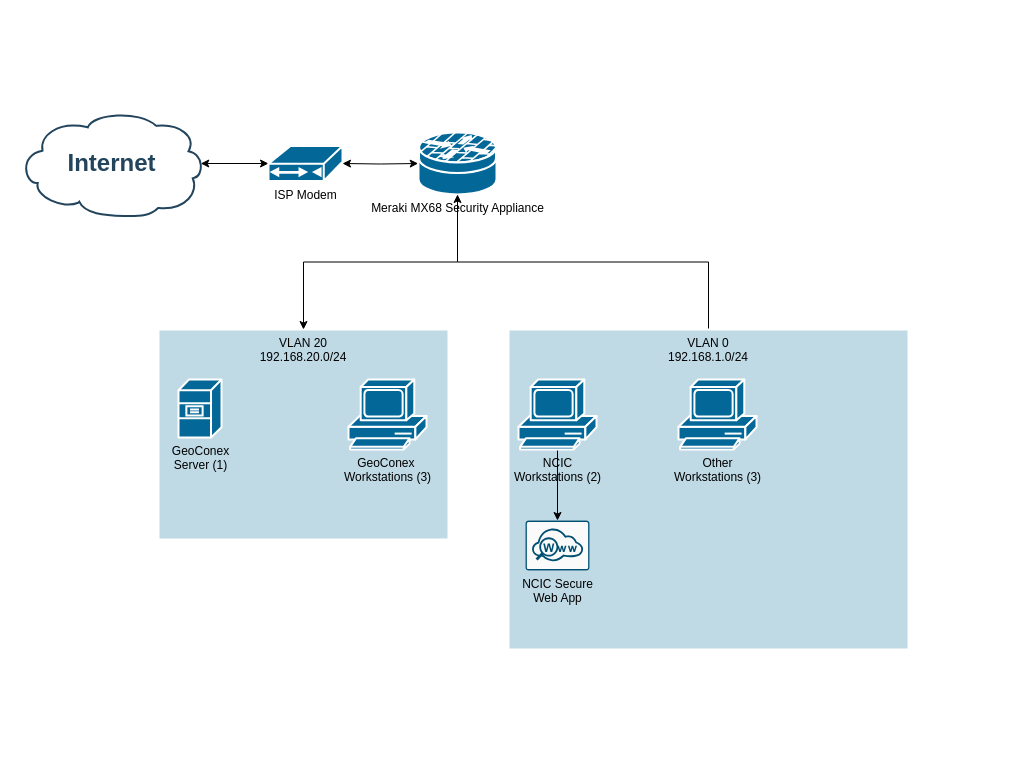
This is ECDP.drawio from ErickRoy/Network, a draw.io file, before an edit. Source tidied: cells renumbered, new cells numbered last; positions are measured from the earlier drawing's top-left corner, leaving out a move shared by most shapes. Both pictures are drawn from the tidied source at 100%, with x=0, y=0 at pixel (18, 110).
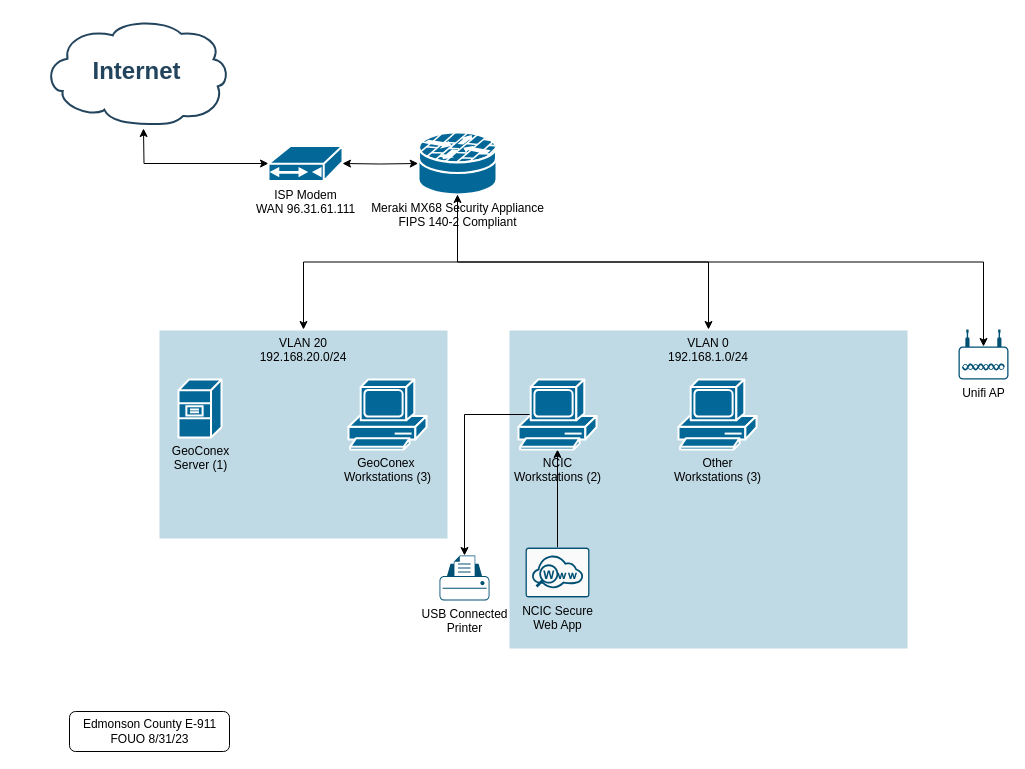
The same diagram, later.

Unchanged cells that the change refers to:
```xml
<mxCell id="14" value="NCIC &lt;br&gt;Workstations (2)" style="shape=mxgraph.cisco.computers_and_peripherals.pc;sketch=0;html=1;dashed=0;fillColor=#036897;strokeColor=#ffffff;strokeWidth=2;verticalLabelPosition=bottom;verticalAlign=top;align=center;outlineConnect=0;" parent="1" vertex="1">
  <mxGeometry x="500" y="269" width="78" height="70" as="geometry" />
</mxCell>
```

What changed in the source:
```diff
@@
+    <mxCell id="12" value="VLAN 0&lt;br&gt;192.168.1.0/24" style="whiteSpace=wrap;html=1;verticalAlign=top;fillColor=#036897;strokeColor=#ffffff;sketch=0;dashed=0;strokeWidth=2;fillOpacity=25;" parent="1" vertex="1">
+      <mxGeometry x="490" y="219" width="400" height="320" as="geometry" />
+    </mxCell>
@@
-    <mxCell id="3" style="edgeStyle=orthogonalEdgeStyle;rounded=0;jettySize=auto;html=1;exitX=0.98;exitY=0.5;exitDx=0;exitDy=0;exitPerimeter=0;entryX=0;entryY=0.5;entryDx=0;entryDy=0;entryPerimeter=0;startArrow=classic;startFill=1;" parent="1" edge="1" source="4" target="5">
-      <mxGeometry relative="1" as="geometry" />
-    </mxCell>
     <mxCell id="4" value="Internet" style="shape=mxgraph.cisco.storage.cloud;html=1;dashed=0;strokeColor=#23445D;fillColor=#ffffff;strokeWidth=2;fontFamily=Helvetica;fontSize=24;fontColor=#23445D;align=center;fontStyle=1;" parent="1" vertex="1">
-      <mxGeometry width="186" height="106" as="geometry" />
+      <mxGeometry x="25" y="-92" width="186" height="106" as="geometry" />
     </mxCell>
+    <mxCell id="17" style="edgeStyle=orthogonalEdgeStyle;rounded=0;jettySize=auto;html=1;exitX=0;exitY=0.5;exitDx=0;exitDy=0;exitPerimeter=0;startArrow=classic;startFill=1;" parent="1" edge="1" source="5">
+      <mxGeometry relative="1" as="geometry">
+        <mxPoint x="125" y="18" as="targetPoint" />
+      </mxGeometry>
+    </mxCell>
-    <mxCell id="5" value="ISP Modem" style="shape=mxgraph.cisco.modems_and_phones.cable_modem;sketch=0;html=1;dashed=0;fillColor=#036897;strokeColor=#ffffff;strokeWidth=2;verticalLabelPosition=bottom;verticalAlign=top;align=center;outlineConnect=0;" parent="1" vertex="1">
+    <mxCell id="5" value="ISP Modem&lt;br&gt;WAN 96.31.61.111" style="shape=mxgraph.cisco.modems_and_phones.cable_modem;sketch=0;html=1;dashed=0;fillColor=#036897;strokeColor=#ffffff;strokeWidth=2;verticalLabelPosition=bottom;verticalAlign=top;align=center;outlineConnect=0;" parent="1" vertex="1">
       <mxGeometry x="250" y="35.5" width="74" height="35" as="geometry" />
     </mxCell>
@@
+    <mxCell id="18" style="edgeStyle=orthogonalEdgeStyle;rounded=0;jettySize=auto;html=1;exitX=0.5;exitY=1;exitDx=0;exitDy=0;exitPerimeter=0;entryX=0.5;entryY=0.34;entryDx=0;entryDy=0;entryPerimeter=0;" parent="1" edge="1" source="10" target="20">
+      <mxGeometry relative="1" as="geometry" />
+    </mxCell>
-    <mxCell id="10" value="Meraki MX68 Security Appliance" style="shape=mxgraph.cisco.security.router_firewall;sketch=0;html=1;dashed=0;fillColor=#036897;strokeColor=#ffffff;strokeWidth=2;verticalLabelPosition=bottom;verticalAlign=top;align=center;outlineConnect=0;" parent="1" vertex="1">
+    <mxCell id="10" value="Meraki MX68 Security Appliance&lt;br&gt;FIPS 140-2 Compliant" style="shape=mxgraph.cisco.security.router_firewall;sketch=0;html=1;dashed=0;fillColor=#036897;strokeColor=#ffffff;strokeWidth=2;verticalLabelPosition=bottom;verticalAlign=top;align=center;outlineConnect=0;" parent="1" vertex="1">
       <mxGeometry x="400" y="22" width="78" height="62" as="geometry" />
     </mxCell>
-    <mxCell id="11" style="edgeStyle=orthogonalEdgeStyle;rounded=0;jettySize=auto;html=1;exitX=0.5;exitY=0;exitDx=0;exitDy=0;entryX=0.5;entryY=1;entryDx=0;entryDy=0;entryPerimeter=0;" parent="1" edge="1" source="12" target="10">
+    <mxCell id="11" style="edgeStyle=orthogonalEdgeStyle;rounded=0;jettySize=auto;html=1;exitX=0.5;exitY=0;exitDx=0;exitDy=0;entryX=0.5;entryY=1;entryDx=0;entryDy=0;entryPerimeter=0;startArrow=classic;startFill=1;" parent="1" edge="1" source="12" target="10">
       <mxGeometry relative="1" as="geometry" />
     </mxCell>
-    <mxCell id="12" value="VLAN 0&lt;br&gt;192.168.1.0/24" style="whiteSpace=wrap;html=1;verticalAlign=top;fillColor=#036897;strokeColor=#ffffff;sketch=0;dashed=0;strokeWidth=2;fillOpacity=25;" parent="1" vertex="1">
-      <mxGeometry x="490" y="219" width="400" height="320" as="geometry" />
-    </mxCell>
-    <mxCell id="13" style="edgeStyle=orthogonalEdgeStyle;rounded=0;jettySize=auto;html=1;exitX=0.5;exitY=1;exitDx=0;exitDy=0;exitPerimeter=0;entryX=0.5;entryY=0;entryDx=0;entryDy=0;entryPerimeter=0;" parent="1" edge="1" source="14" target="15">
+    <mxCell id="13" style="edgeStyle=orthogonalEdgeStyle;rounded=0;jettySize=auto;html=1;exitX=0.5;exitY=1;exitDx=0;exitDy=0;exitPerimeter=0;entryX=0.5;entryY=0;entryDx=0;entryDy=0;entryPerimeter=0;endArrow=none;endFill=0;startArrow=classic;startFill=1;" parent="1" edge="1" source="14" target="15">
       <mxGeometry relative="1" as="geometry" />
     </mxCell>
+    <mxCell id="19" style="edgeStyle=orthogonalEdgeStyle;rounded=0;jettySize=auto;html=1;exitX=0.16;exitY=0.5;exitDx=0;exitDy=0;exitPerimeter=0;entryX=0.5;entryY=0;entryDx=0;entryDy=0;entryPerimeter=0;" parent="1" edge="1" source="14" target="22">
+      <mxGeometry relative="1" as="geometry" />
+    </mxCell>
@@
     <mxCell id="15" value="NCIC Secure &lt;br&gt;Web App" style="sketch=0;points=[[0.015,0.015,0],[0.985,0.015,0],[0.985,0.985,0],[0.015,0.985,0],[0.25,0,0],[0.5,0,0],[0.75,0,0],[1,0.25,0],[1,0.5,0],[1,0.75,0],[0.75,1,0],[0.5,1,0],[0.25,1,0],[0,0.75,0],[0,0.5,0],[0,0.25,0]];verticalLabelPosition=bottom;html=1;verticalAlign=top;align=center;shape=mxgraph.cisco19.rect;prIcon=web_security;fillColor=#FAFAFA;strokeColor=#005073;" parent="1" vertex="1">
-      <mxGeometry x="507" y="410" width="64" height="50" as="geometry" />
+      <mxGeometry x="507" y="437" width="64" height="50" as="geometry" />
     </mxCell>
@@
+    <mxCell id="20" value="Unifi AP" style="points=[[0.03,0.36,0],[0.18,0,0],[0.5,0.34,0],[0.82,0,0],[0.97,0.36,0],[1,0.67,0],[0.975,0.975,0],[0.5,1,0],[0.025,0.975,0],[0,0.67,0]];verticalLabelPosition=bottom;sketch=0;html=1;verticalAlign=top;align=center;shape=mxgraph.cisco19.wireless_access_point;fillColor=#005073;strokeColor=none;" parent="1" vertex="1">
+      <mxGeometry x="940" y="219" width="50" height="50" as="geometry" />
+    </mxCell>
+    <mxCell id="21" value="Edmonson County E-911&lt;br&gt;FOUO 8/31/23" style="text;html=1;align=center;verticalAlign=middle;strokeColor=default;fillColor=none;rounded=1;" parent="1" vertex="1">
+      <mxGeometry x="51" y="601" width="160" height="40" as="geometry" />
+    </mxCell>
+    <mxCell id="22" value="USB Connected &lt;br&gt;Printer" style="points=[[0.22,0.185,0],[0.5,0,0],[0.78,0.185,0],[0.975,0.49,0],[1,0.73,0],[0.975,0.97,0],[0.5,1,0],[0.025,0.97,0],[0,0.73,0],[0.025,0.49,0]];verticalLabelPosition=bottom;sketch=0;html=1;verticalAlign=top;align=center;shape=mxgraph.cisco19.printer;fillColor=#005073;strokeColor=none;" parent="1" vertex="1">
+      <mxGeometry x="421" y="445" width="50" height="45" as="geometry" />
+    </mxCell>
```
